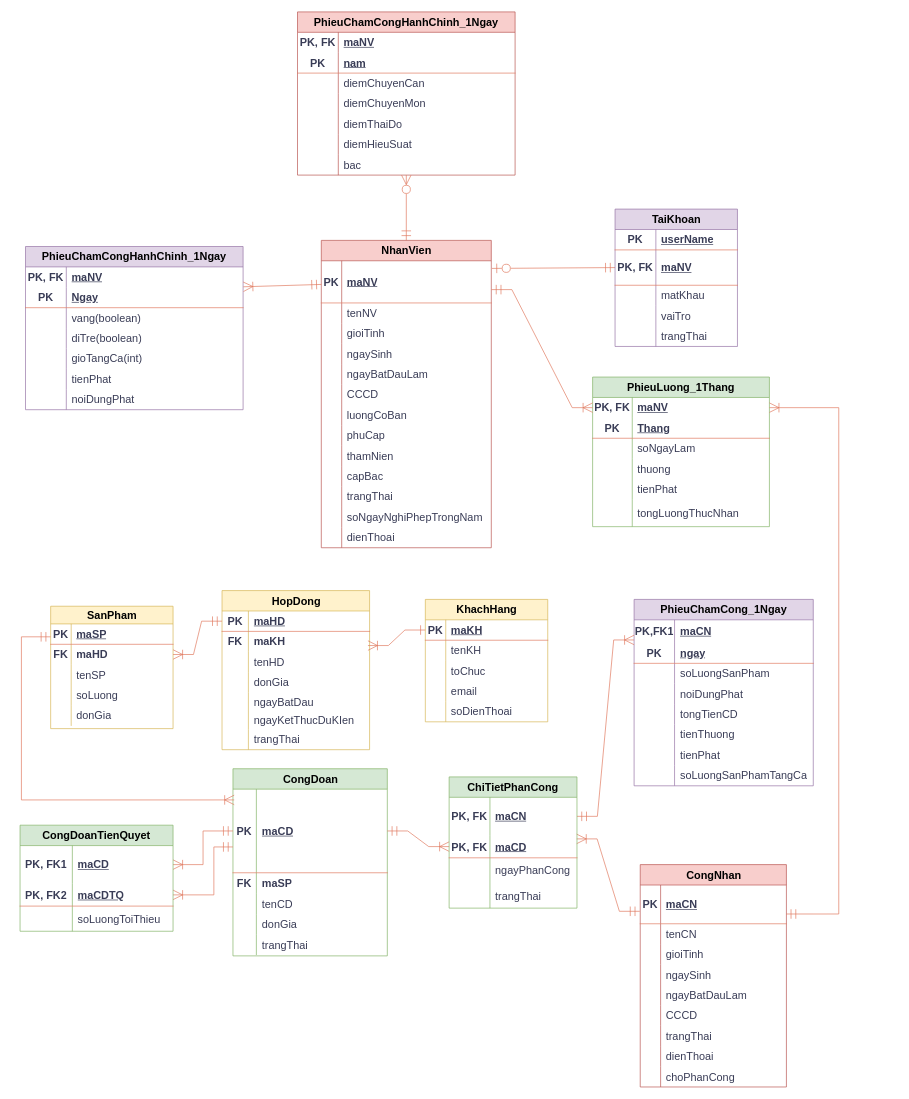
Earlier version of the draw.io diagram page "Class Nè" (2 of 2) of EntityRelationshipDiagram.drawio (TomTom2k/-management-of-a-ceramic-processing-company). Source tidied: cells renumbered, new cells numbered last; positions are measured from the earlier drawing's top-left corner, leaving out a move shared by most shapes. Both pictures are drawn from the tidied source at 68%, with x=0, y=0 at pixel (20, 12).
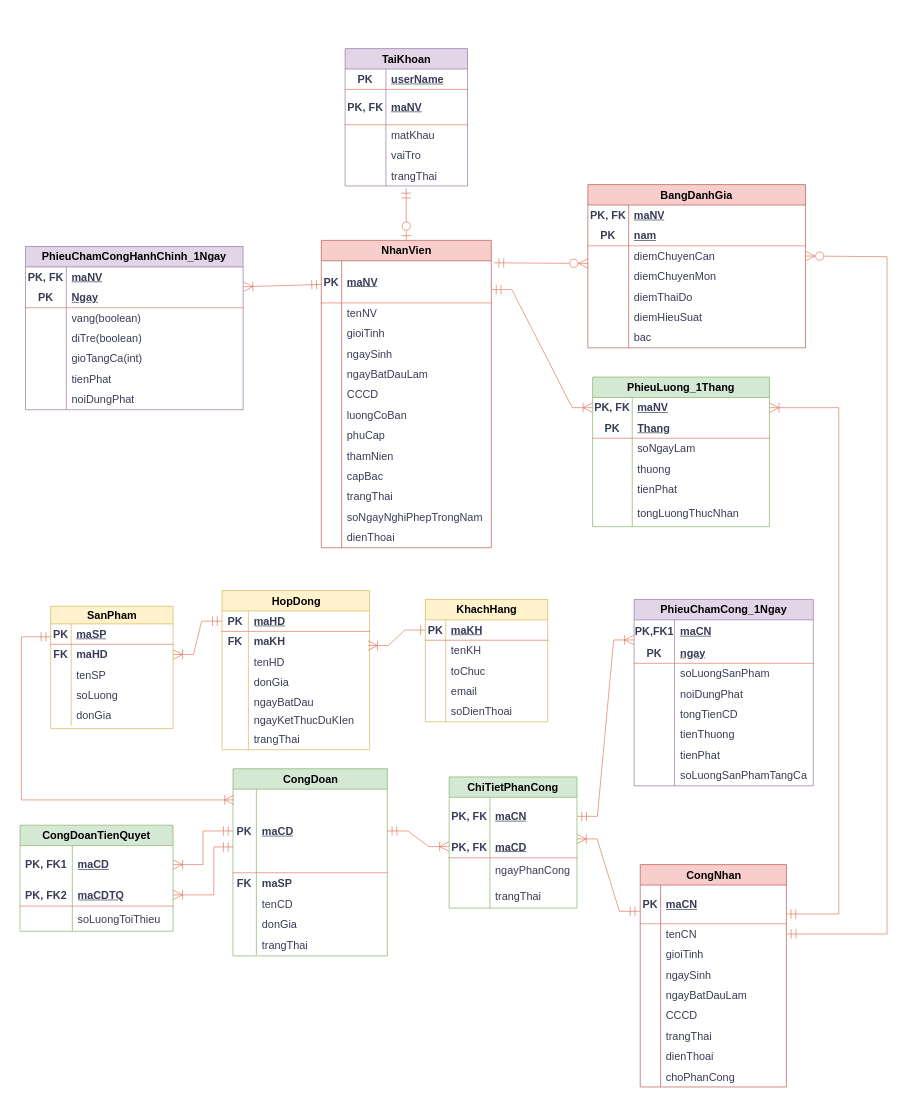
The same diagram, later.

The change refers to these unchanged cells:
```xml
<mxCell id="6" style="shape=tableRow;horizontal=0;startSize=0;swimlaneHead=0;swimlaneBody=0;fillColor=none;points=[[0,0.5],[1,0.5]];portConstraint=eastwest;top=0;left=0;right=0;bottom=0;labelBackgroundColor=none;strokeColor=#E07A5F;fontColor=#393C56;fontSize=16;" parent="2" vertex="1">
  <mxGeometry y="87" width="215" height="30" as="geometry" />
</mxCell>
<mxCell id="125" value="NhanVien" style="shape=table;startSize=30;childLayout=tableLayout;rowLines=0;fontStyle=1;align=center;html=1;labelBackgroundColor=none;fillColor=#f8cecc;strokeColor=#b85450;fontSize=16;" parent="1" vertex="1">
  <mxGeometry x="443" y="336" width="250" height="452" as="geometry" />
</mxCell>
<mxCell id="126" style="shape=tableRow;horizontal=0;startSize=0;swimlaneHead=0;swimlaneBody=0;fillColor=none;points=[[0,0.5],[1,0.5]];portConstraint=eastwest;top=0;left=0;right=0;bottom=1;labelBackgroundColor=none;strokeColor=#E07A5F;fontColor=#393C56;fontSize=16;" parent="125" vertex="1">
  <mxGeometry y="30" width="250" height="62" as="geometry" />
</mxCell>
<mxCell id="211" style="shape=tableRow;horizontal=0;startSize=0;swimlaneHead=0;swimlaneBody=0;fillColor=none;points=[[0,0.5],[1,0.5]];portConstraint=eastwest;top=0;left=0;right=0;bottom=1;labelBackgroundColor=none;strokeColor=#E07A5F;fontColor=#393C56;fontSize=16;" parent="207" vertex="1">
  <mxGeometry y="60" width="180" height="52" as="geometry" />
</mxCell>
<mxCell id="220" style="shape=tableRow;horizontal=0;startSize=0;swimlaneHead=0;swimlaneBody=0;fillColor=none;points=[[0,0.5],[1,0.5]];portConstraint=eastwest;top=0;left=0;right=0;bottom=0;labelBackgroundColor=none;strokeColor=#E07A5F;fontColor=#393C56;fontSize=16;" parent="207" vertex="1">
  <mxGeometry y="172" width="180" height="30" as="geometry" />
</mxCell>
<mxCell id="264" style="shape=tableRow;horizontal=0;startSize=0;swimlaneHead=0;swimlaneBody=0;fillColor=none;points=[[0,0.5],[1,0.5]];portConstraint=eastwest;top=0;left=0;right=0;bottom=0;html=1;labelBackgroundColor=none;strokeColor=#E07A5F;fontColor=#393C56;fontSize=16;" parent="257" vertex="1">
  <mxGeometry y="90" width="320" height="30" as="geometry" />
</mxCell>
```

What changed in the source:
```diff
@@
-    <mxCell id="206" style="rounded=0;jettySize=auto;html=1;startArrow=ERmandOne;startFill=0;endArrow=ERzeroToOne;endFill=0;labelBackgroundColor=none;fontColor=default;strokeColor=#E07A5F;fontSize=16;endSize=12;startSize=12;exitX=0;exitY=0.5;exitDx=0;exitDy=0;entryX=1.004;entryY=0.181;entryDx=0;entryDy=0;entryPerimeter=0;" parent="1" edge="1" source="211" target="126">
+    <mxCell id="206" style="rounded=0;jettySize=auto;html=1;startArrow=ERmandOne;startFill=0;endArrow=ERzeroToOne;endFill=0;labelBackgroundColor=none;fontColor=default;strokeColor=#E07A5F;fontSize=16;endSize=12;startSize=12;exitX=0.499;exitY=1.121;exitDx=0;exitDy=0;entryX=0.5;entryY=0;entryDx=0;entryDy=0;exitPerimeter=0;" parent="1" edge="1" source="220" target="125">
       <mxGeometry relative="1" as="geometry" />
     </mxCell>
     <mxCell id="207" value="TaiKhoan" style="shape=table;startSize=30;childLayout=tableLayout;rowLines=0;fontStyle=1;align=center;html=1;labelBackgroundColor=none;fillColor=#e1d5e7;strokeColor=#9673a6;fontSize=16;" parent="1" vertex="1">
-      <mxGeometry x="875" y="290" width="180" height="202" as="geometry" />
+      <mxGeometry x="478" y="54" width="180" height="202" as="geometry" />
     </mxCell>
@@
-    <mxCell id="257" value="PhieuChamCongHanhChinh_1Ngay" style="shape=table;startSize=30;childLayout=tableLayout;rowLines=0;fontStyle=1;align=center;html=1;whiteSpace=wrap;labelBackgroundColor=none;fillColor=#f8cecc;strokeColor=#b85450;fontSize=16;" parent="1" vertex="1">
-      <mxGeometry x="408" width="320" height="240" as="geometry" />
+    <mxCell id="257" value="BangDanhGia" style="shape=table;startSize=30;childLayout=tableLayout;rowLines=0;fontStyle=1;align=center;html=1;whiteSpace=wrap;labelBackgroundColor=none;fillColor=#f8cecc;strokeColor=#b85450;fontSize=16;" parent="1" vertex="1">
+      <mxGeometry x="835" y="254" width="320" height="240" as="geometry" />
     </mxCell>
@@
-    <mxCell id="279" style="rounded=0;jettySize=auto;html=1;startArrow=ERmandOne;startFill=0;endArrow=ERzeroToMany;endFill=0;labelBackgroundColor=none;strokeColor=#E07A5F;fontColor=default;fontSize=16;endSize=12;startSize=12;exitX=0.5;exitY=0;exitDx=0;exitDy=0;" parent="1" edge="1" source="125" target="257">
+    <mxCell id="279" style="rounded=0;jettySize=auto;html=1;startArrow=ERmandOne;startFill=0;endArrow=ERzeroToMany;endFill=0;labelBackgroundColor=none;strokeColor=#E07A5F;fontColor=default;fontSize=16;endSize=12;startSize=12;exitX=1.017;exitY=0.048;exitDx=0;exitDy=0;exitPerimeter=0;entryX=0.001;entryY=0.865;entryDx=0;entryDy=0;entryPerimeter=0;" parent="1" edge="1" source="126" target="264">
       <mxGeometry relative="1" as="geometry" />
     </mxCell>
+    <mxCell id="280" style="rounded=0;jettySize=auto;html=1;startArrow=ERmandOne;startFill=0;endArrow=ERzeroToMany;endFill=0;labelBackgroundColor=none;strokeColor=#E07A5F;fontColor=default;fontSize=16;endSize=12;startSize=12;entryX=1;entryY=0.5;entryDx=0;entryDy=0;exitX=1;exitY=0.5;exitDx=0;exitDy=0;" parent="1" edge="1" source="6" target="264">
+      <mxGeometry relative="1" as="geometry">
+        <Array as="points">
+          <mxPoint x="1275" y="1356" />
+          <mxPoint x="1275" y="360" />
+        </Array>
+      </mxGeometry>
+    </mxCell>
```
